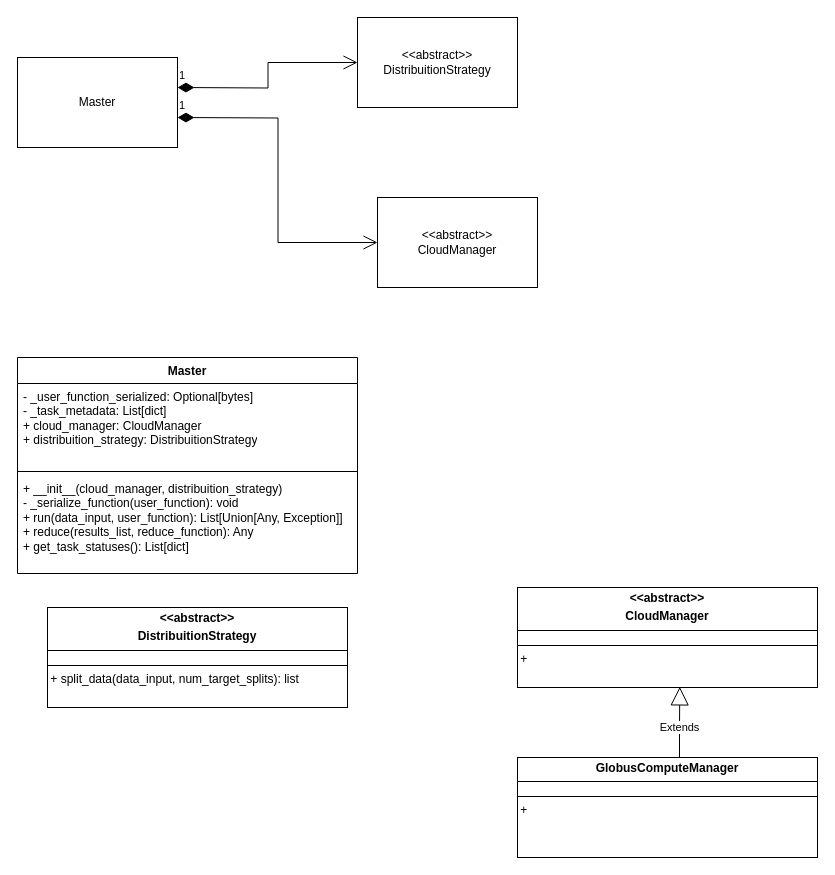
Earlier version of the draw.io diagram docs/mwfaas.drawio (viniolvs/mwfaas). Source tidied: cells renumbered, new cells numbered last; positions are measured from the earlier drawing's top-left corner, leaving out a move shared by most shapes. Both pictures are drawn from the tidied source at 100%, with x=0, y=0 at pixel (17, 17).
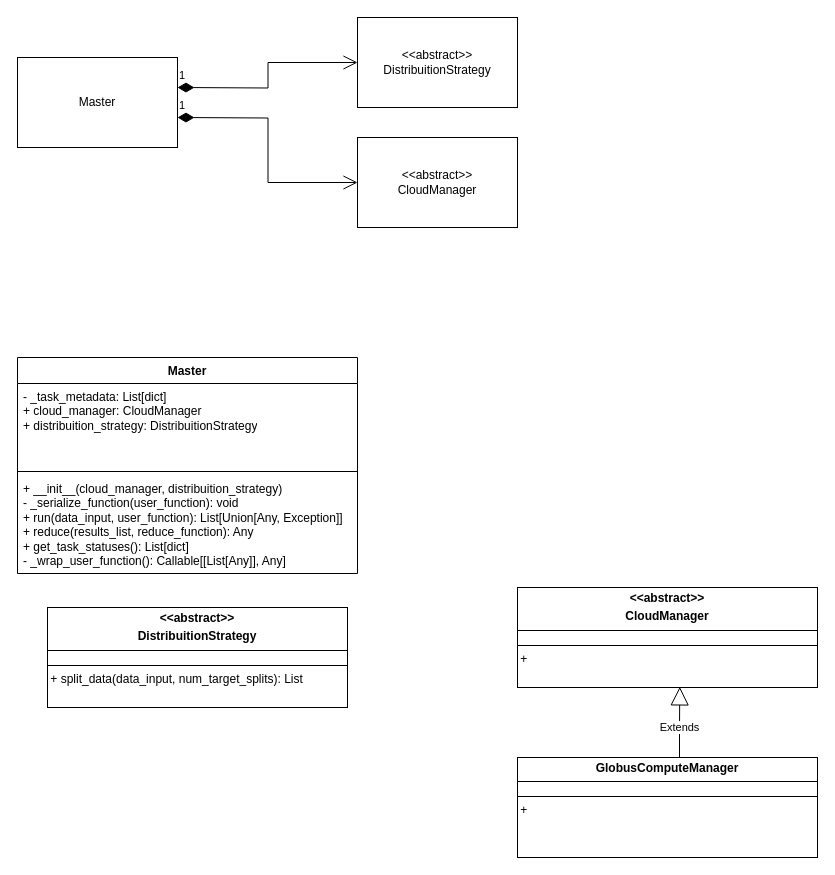
After the change.

Diff of the diagram source:
```diff
@@
 <mxGraphModel>
   <root>
     <mxCell id="0" />
     <mxCell id="1" parent="0" />
     <mxCell id="2" value="Master" style="html=1;whiteSpace=wrap;" parent="1" vertex="1">
       <mxGeometry y="40" width="160" height="90" as="geometry" />
     </mxCell>
     <mxCell id="3" value="&amp;lt;&amp;lt;abstract&amp;gt;&amp;gt;&lt;br&gt;DistribuitionStrategy" style="html=1;whiteSpace=wrap;" parent="1" vertex="1">
       <mxGeometry x="340" width="160" height="90" as="geometry" />
     </mxCell>
     <mxCell id="4" value="&amp;lt;&amp;lt;abstract&amp;gt;&amp;gt;&lt;br&gt;CloudManager" style="html=1;whiteSpace=wrap;" parent="1" vertex="1">
-      <mxGeometry x="360" y="180" width="160" height="90" as="geometry" />
+      <mxGeometry x="340" y="120" width="160" height="90" as="geometry" />
     </mxCell>
     <mxCell id="5" value="1" style="endArrow=open;html=1;endSize=12;startArrow=diamondThin;startSize=14;startFill=1;edgeStyle=orthogonalEdgeStyle;align=left;verticalAlign=bottom;rounded=0;entryX=0;entryY=0.5;entryDx=0;entryDy=0;" parent="1" edge="1" target="4">
       <mxGeometry x="-1" y="3" relative="1" as="geometry">
         <mxPoint x="160" y="100" as="sourcePoint" />
       </mxGeometry>
     </mxCell>
     <mxCell id="6" value="1" style="endArrow=open;html=1;endSize=12;startArrow=diamondThin;startSize=14;startFill=1;edgeStyle=orthogonalEdgeStyle;align=left;verticalAlign=bottom;rounded=0;entryX=0;entryY=0.5;entryDx=0;entryDy=0;" parent="1" edge="1" target="3">
       <mxGeometry x="-1" y="3" relative="1" as="geometry">
         <mxPoint x="160" y="70" as="sourcePoint" />
       </mxGeometry>
     </mxCell>
     <mxCell id="7" value="Master" style="swimlane;fontStyle=1;align=center;verticalAlign=top;horizontal=1;startSize=26;whiteSpace=wrap;html=1;" parent="1" vertex="1">
       <mxGeometry y="340" width="340" height="216" as="geometry" />
     </mxCell>
-    <mxCell id="8" value="- _user_function_serialized: Optional[bytes]&lt;div&gt;- _task_metadata: List[dict]&lt;/div&gt;&lt;div&gt;+ cloud_manager: CloudManager&lt;/div&gt;&lt;div&gt;+ distribuition_strategy: DistribuitionStrategy&lt;/div&gt;" style="text;strokeColor=none;fillColor=none;align=left;verticalAlign=top;spacingLeft=4;spacingRight=4;overflow=hidden;whiteSpace=wrap;html=1;" parent="7" vertex="1">
+    <mxCell id="8" value="&lt;div&gt;- _task_metadata: List[dict]&lt;/div&gt;&lt;div&gt;+ cloud_manager: CloudManager&lt;/div&gt;&lt;div&gt;+ distribuition_strategy: DistribuitionStrategy&lt;/div&gt;" style="text;strokeColor=none;fillColor=none;align=left;verticalAlign=top;spacingLeft=4;spacingRight=4;overflow=hidden;whiteSpace=wrap;html=1;" parent="7" vertex="1">
       <mxGeometry y="26" width="340" height="84" as="geometry" />
     </mxCell>
     <mxCell id="9" style="line;strokeWidth=1;fillColor=none;align=left;verticalAlign=middle;spacingTop=-1;spacingLeft=3;spacingRight=3;labelPosition=right;strokeColor=inherit;" parent="7" vertex="1">
       <mxGeometry y="110" width="340" height="8" as="geometry" />
     </mxCell>
-    <mxCell id="10" value="+ __init__(cloud_manager, distribuition_strategy)&lt;div&gt;- _serialize_function(user_function): void&lt;/div&gt;&lt;div&gt;+ run(data_input, user_function): List[Union[Any, Exception]]&lt;/div&gt;&lt;div&gt;+ reduce(results_list, reduce_function): Any&lt;/div&gt;&lt;div&gt;+ get_task_statuses(): List[dict]&lt;/div&gt;" style="text;strokeColor=none;fillColor=none;align=left;verticalAlign=top;spacingLeft=4;spacingRight=4;overflow=hidden;whiteSpace=wrap;html=1;" parent="7" vertex="1">
+    <mxCell id="10" value="+ __init__(cloud_manager, distribuition_strategy)&lt;div&gt;- _serialize_function(user_function): void&lt;/div&gt;&lt;div&gt;+ run(data_input, user_function): List[Union[Any, Exception]]&lt;/div&gt;&lt;div&gt;+ reduce(results_list, reduce_function): Any&lt;/div&gt;&lt;div&gt;+ get_task_statuses(): List[dict]&lt;/div&gt;&lt;div&gt;- _wrap_user_function(): Callable[[List[Any]], Any]&lt;/div&gt;" style="text;strokeColor=none;fillColor=none;align=left;verticalAlign=top;spacingLeft=4;spacingRight=4;overflow=hidden;whiteSpace=wrap;html=1;" parent="7" vertex="1">
       <mxGeometry y="118" width="340" height="98" as="geometry" />
     </mxCell>
-    <mxCell id="11" value="&lt;p style=&quot;margin:0px;margin-top:4px;text-align:center;&quot;&gt;&lt;b&gt;&amp;lt;&amp;lt;abstract&amp;gt;&amp;gt;&lt;/b&gt;&lt;/p&gt;&lt;p style=&quot;margin:0px;margin-top:4px;text-align:center;&quot;&gt;&lt;b&gt;DistribuitionStrategy&lt;/b&gt;&lt;/p&gt;&lt;hr size=&quot;1&quot; style=&quot;border-style:solid;&quot;&gt;&lt;div style=&quot;height:2px;&quot;&gt;&lt;/div&gt;&lt;hr size=&quot;1&quot; style=&quot;border-style:solid;&quot;&gt;&lt;div style=&quot;height:2px;&quot;&gt;&amp;nbsp;+ split_data(data_input, num_target_splits): list&lt;span style=&quot;white-space: pre;&quot;&gt;&#9;&lt;/span&gt;&amp;nbsp;&lt;/div&gt;" style="verticalAlign=top;align=left;overflow=fill;html=1;whiteSpace=wrap;" parent="1" vertex="1">
+    <mxCell id="11" value="&lt;p style=&quot;margin:0px;margin-top:4px;text-align:center;&quot;&gt;&lt;b&gt;&amp;lt;&amp;lt;abstract&amp;gt;&amp;gt;&lt;/b&gt;&lt;/p&gt;&lt;p style=&quot;margin:0px;margin-top:4px;text-align:center;&quot;&gt;&lt;b&gt;DistribuitionStrategy&lt;/b&gt;&lt;/p&gt;&lt;hr size=&quot;1&quot; style=&quot;border-style:solid;&quot;&gt;&lt;div style=&quot;height:2px;&quot;&gt;&lt;/div&gt;&lt;hr size=&quot;1&quot; style=&quot;border-style:solid;&quot;&gt;&lt;div style=&quot;height:2px;&quot;&gt;&amp;nbsp;+ split_data(data_input, num_target_splits): List&lt;span style=&quot;white-space: pre;&quot;&gt;&#9;&lt;/span&gt;&amp;nbsp;&lt;/div&gt;" style="verticalAlign=top;align=left;overflow=fill;html=1;whiteSpace=wrap;" parent="1" vertex="1">
       <mxGeometry x="30" y="590" width="300" height="100" as="geometry" />
     </mxCell>
     <mxCell id="12" value="&lt;p style=&quot;margin:0px;margin-top:4px;text-align:center;&quot;&gt;&lt;b&gt;&amp;lt;&amp;lt;abstract&amp;gt;&amp;gt;&lt;/b&gt;&lt;/p&gt;&lt;p style=&quot;margin:0px;margin-top:4px;text-align:center;&quot;&gt;&lt;b&gt;CloudManager&lt;/b&gt;&lt;/p&gt;&lt;hr size=&quot;1&quot; style=&quot;border-style:solid;&quot;&gt;&lt;div style=&quot;height:2px;&quot;&gt;&lt;/div&gt;&lt;hr size=&quot;1&quot; style=&quot;border-style:solid;&quot;&gt;&lt;div style=&quot;height:2px;&quot;&gt;&amp;nbsp;+&lt;span style=&quot;white-space: pre;&quot;&gt;&#9;&lt;/span&gt;&amp;nbsp;&lt;/div&gt;" style="verticalAlign=top;align=left;overflow=fill;html=1;whiteSpace=wrap;" parent="1" vertex="1">
       <mxGeometry x="500" y="570" width="300" height="100" as="geometry" />
     </mxCell>
     <mxCell id="13" value="&lt;p style=&quot;margin:0px;margin-top:4px;text-align:center;&quot;&gt;&lt;b style=&quot;background-color: transparent; color: light-dark(rgb(0, 0, 0), rgb(255, 255, 255));&quot;&gt;GlobusComputeManager&lt;/b&gt;&lt;/p&gt;&lt;hr size=&quot;1&quot; style=&quot;border-style:solid;&quot;&gt;&lt;div style=&quot;height:2px;&quot;&gt;&lt;/div&gt;&lt;hr size=&quot;1&quot; style=&quot;border-style:solid;&quot;&gt;&lt;div style=&quot;height:2px;&quot;&gt;&amp;nbsp;+ &lt;span style=&quot;white-space: pre;&quot;&gt;&#9;&lt;/span&gt;&amp;nbsp;&lt;/div&gt;" style="verticalAlign=top;align=left;overflow=fill;html=1;whiteSpace=wrap;" parent="1" vertex="1">
       <mxGeometry x="500" y="740" width="300" height="100" as="geometry" />
     </mxCell>
     <mxCell id="14" value="Extends" style="endArrow=block;endSize=16;endFill=0;html=1;rounded=0;entryX=0.541;entryY=0.994;entryDx=0;entryDy=0;entryPerimeter=0;exitX=0.54;exitY=-0.001;exitDx=0;exitDy=0;exitPerimeter=0;" parent="1" edge="1" source="13" target="12">
       <mxGeometry x="-0.14" relative="1" as="geometry">
         <Array as="points">
           <mxPoint x="662" y="710" />
         </Array>
       </mxGeometry>
     </mxCell>
   </root>
 </mxGraphModel>
```
